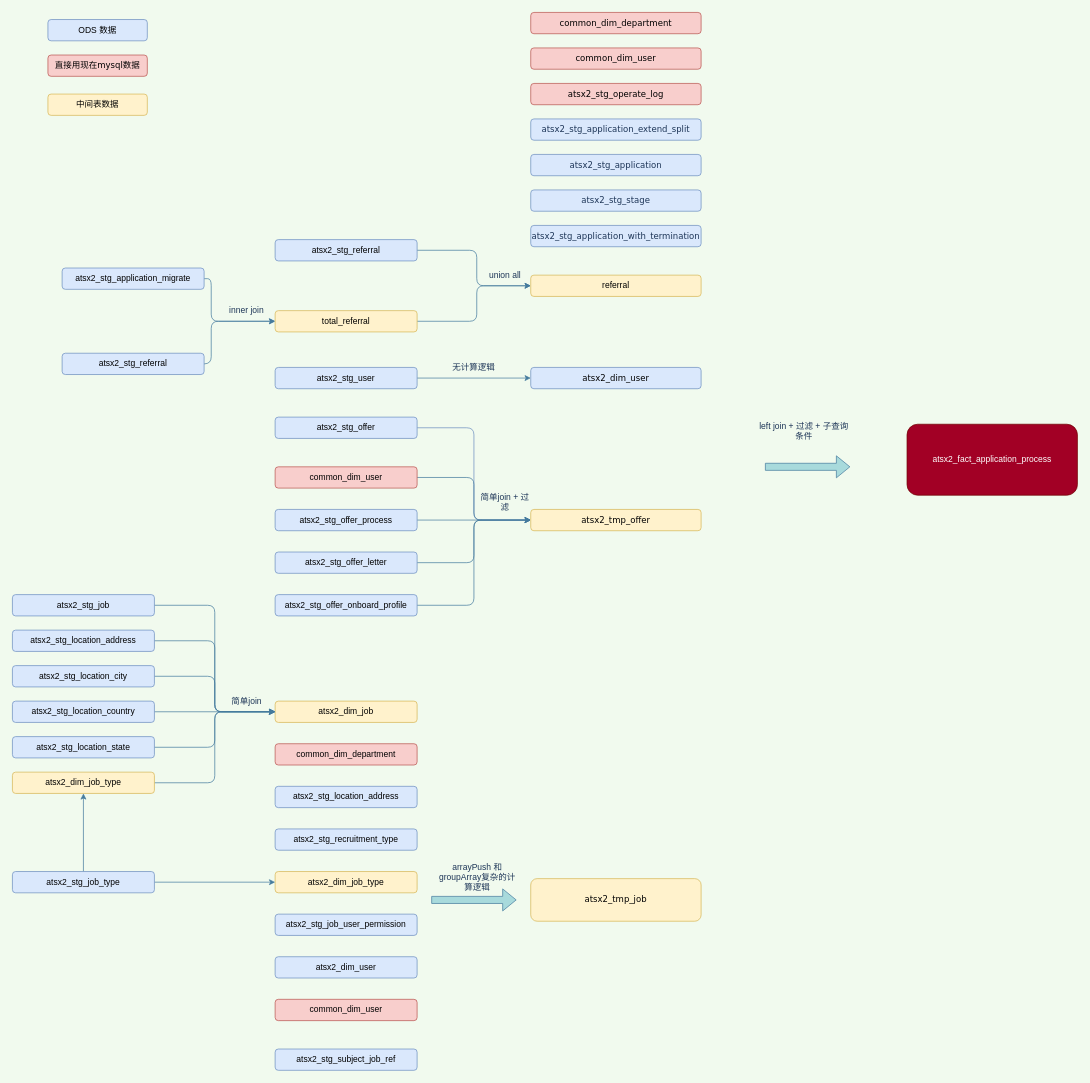
The draw.io diagram atsx_data_flow.drawio in cicelprg/drawio, before the edit. Source tidied: cells renumbered, new cells numbered last; positions are measured from the earlier drawing's top-left corner, leaving out a move shared by most shapes. Both pictures are drawn from the tidied source at 71%, with x=0, y=0 at pixel (12, 12).
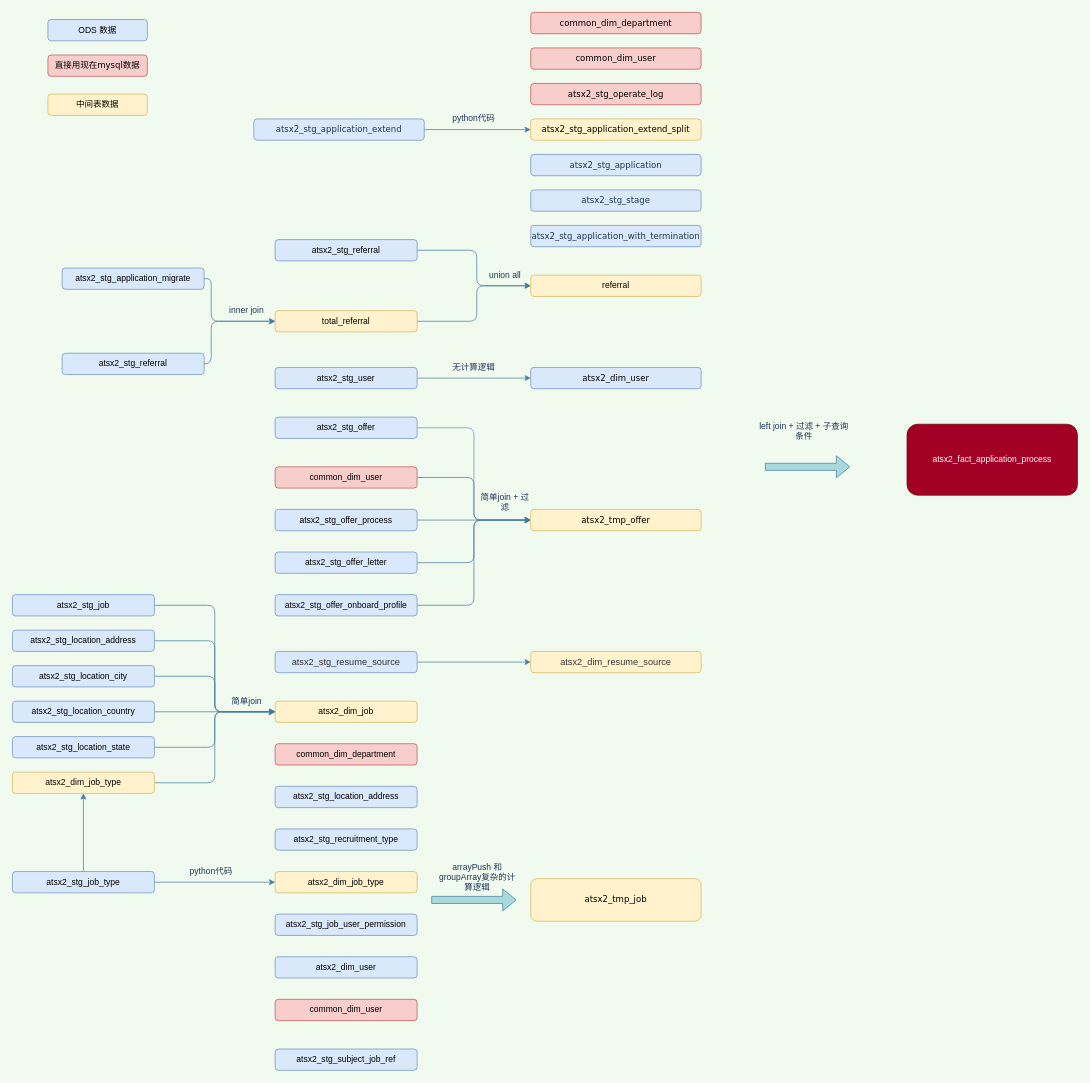
After the change.

The edit, as a diff of the source:
```diff
@@
-    <mxCell id="13" value="&lt;span style=&quot;font-family: &amp;#34;verdana&amp;#34;&quot;&gt;atsx2_stg_application_extend_split&lt;/span&gt;" style="rounded=1;whiteSpace=wrap;html=1;sketch=0;strokeColor=#6c8ebf;fillColor=#dae8fc;fontColor=#1D3557;" parent="1" vertex="1">
+    <mxCell id="13" value="&lt;span style=&quot;font-family: &amp;#34;verdana&amp;#34;&quot;&gt;atsx2_stg_application_extend_split&lt;/span&gt;" style="rounded=1;whiteSpace=wrap;html=1;sketch=0;strokeColor=#d6b656;fillColor=#fff2cc;" parent="1" vertex="1">
       <mxGeometry x="730" y="150" width="240" height="30" as="geometry" />
     </mxCell>
@@
+    <mxCell id="70" style="edgeStyle=orthogonalEdgeStyle;curved=0;rounded=1;sketch=0;jettySize=auto;html=1;exitX=1;exitY=0.5;exitDx=0;exitDy=0;strokeColor=#457B9D;fillColor=#A8DADC;fontColor=#1D3557;" parent="1" edge="1" source="71" target="13">
+      <mxGeometry relative="1" as="geometry" />
+    </mxCell>
+    <mxCell id="71" value="&lt;span style=&quot;font-family: &amp;#34;verdana&amp;#34;&quot;&gt;atsx2_stg_application_extend&lt;/span&gt;" style="rounded=1;whiteSpace=wrap;html=1;sketch=0;strokeColor=#6c8ebf;fillColor=#dae8fc;fontColor=#1D3557;" parent="1" vertex="1">
+      <mxGeometry x="340" y="150" width="240" height="30" as="geometry" />
+    </mxCell>
+    <mxCell id="72" value="python代码" style="text;html=1;strokeColor=none;fillColor=none;align=center;verticalAlign=middle;whiteSpace=wrap;rounded=0;sketch=0;fontColor=#1D3557;" parent="1" vertex="1">
+      <mxGeometry x="610" y="140" width="80" height="20" as="geometry" />
+    </mxCell>
+    <mxCell id="73" value="&lt;span style=&quot;color: rgb(51 , 51 , 51) ; font-family: , &amp;#34;helvetica&amp;#34; , &amp;#34;arial&amp;#34; , sans-serif ; font-size: 13px&quot;&gt;atsx2_dim_resume_source&lt;/span&gt;" style="rounded=1;whiteSpace=wrap;html=1;sketch=0;strokeColor=#d6b656;fillColor=#fff2cc;" parent="1" vertex="1">
+      <mxGeometry x="730" y="900" width="240" height="30" as="geometry" />
+    </mxCell>
+    <mxCell id="74" value="python代码" style="text;html=1;strokeColor=none;fillColor=none;align=center;verticalAlign=middle;whiteSpace=wrap;rounded=0;sketch=0;fontColor=#1D3557;" parent="1" vertex="1">
+      <mxGeometry x="240" y="1200" width="80" height="20" as="geometry" />
+    </mxCell>
+    <mxCell id="75" style="edgeStyle=orthogonalEdgeStyle;curved=0;rounded=1;sketch=0;jettySize=auto;html=1;exitX=1;exitY=0.5;exitDx=0;exitDy=0;strokeColor=#457B9D;fillColor=#A8DADC;fontColor=#1D3557;" parent="1" edge="1" source="76" target="73">
+      <mxGeometry relative="1" as="geometry" />
+    </mxCell>
+    <mxCell id="76" value="&lt;span style=&quot;color: rgb(51 , 51 , 51) ; font-family: , &amp;#34;helvetica&amp;#34; , &amp;#34;arial&amp;#34; , sans-serif ; font-size: 13px&quot;&gt;atsx2_stg_resume_source&lt;/span&gt;" style="rounded=1;whiteSpace=wrap;html=1;sketch=0;strokeColor=#6c8ebf;fillColor=#dae8fc;" parent="1" vertex="1">
+      <mxGeometry x="370" y="900" width="200" height="30" as="geometry" />
+    </mxCell>
```
